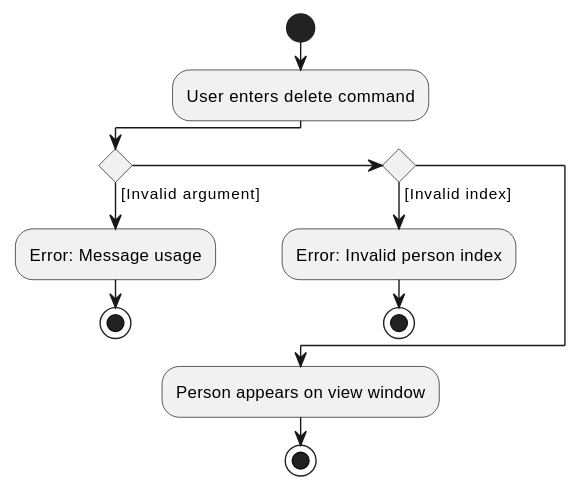
The PlantUML diagram docs/images/ViewActivityDiagram.svg in nus-cs2103-AY2223S2/tp, before a commit. Its diagram source:
```plantuml
@startuml
start
:User enters delete command;
if () then ([Invalid argument])
    :Error: Message usage;
    stop
elseif () then ([Invalid index])
    :Error: Invalid person index;
    stop
else ()
endif
:Person appears on view window;
stop
@enduml
```
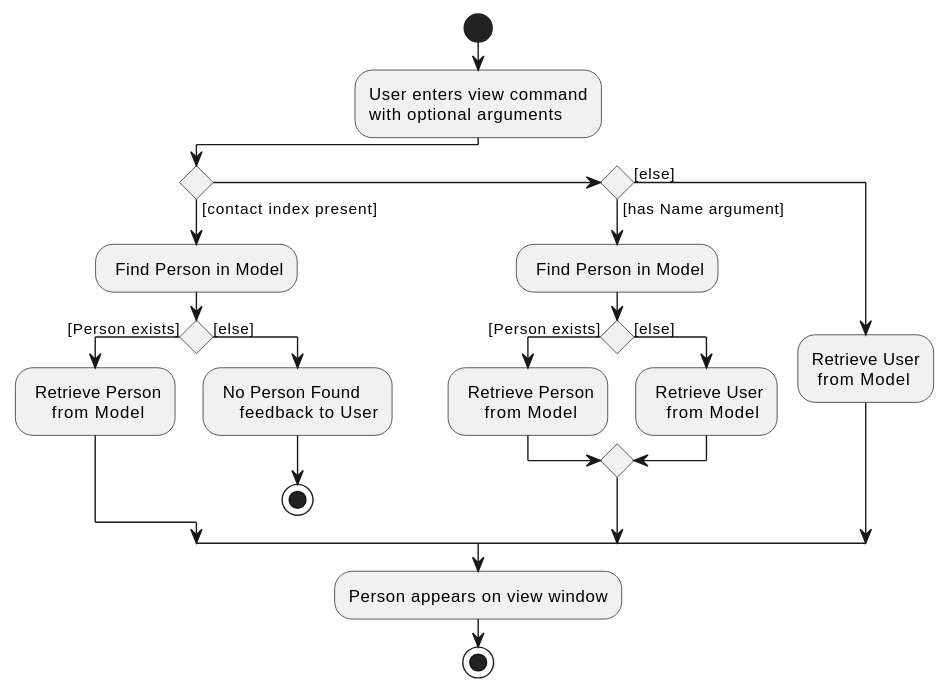
Later version of the same file.

The edit, as a diff of the source:
```diff
@@ -1,13 +1,29 @@
 @startuml
 start
-:User enters delete command;
-if () then ([Invalid argument])
-    :Error: Message usage;
-    stop
-elseif () then ([Invalid index])
-    :Error: Invalid person index;
-    stop
-else ()
+:User enters view command
+with optional arguments;
+if () then ([contact index present])
+    : Find Person in Model;
+    if () then ([Person exists])
+    : Retrieve Person
+        from Model;
+    else ([else])
+    : No Person Found
+        feedback to User;
+        stop;
+    endif
+elseif () then ([has Name argument])
+    : Find Person in Model;
+    if () then ([Person exists])
+    : Retrieve Person
+        from Model;
+    else ([else])
+    : Retrieve User
+       from Model;
+    endif
+else ([else])
+    :Retrieve User
+     from Model;
 endif
 :Person appears on view window;
 stop
```
